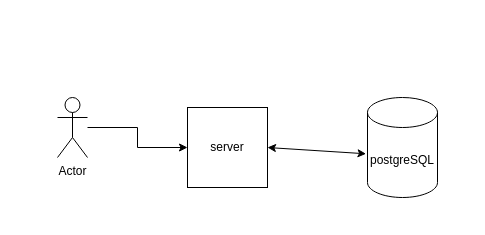
Above: shortenService.drawio in hadarevro/exercise (draw.io), before the change. Source tidied: cells renumbered, new cells numbered last; positions are measured from the earlier drawing's top-left corner, leaving out a move shared by most shapes. Both pictures are drawn from the tidied source at 100%, with x=0, y=0 at pixel (57, 97).
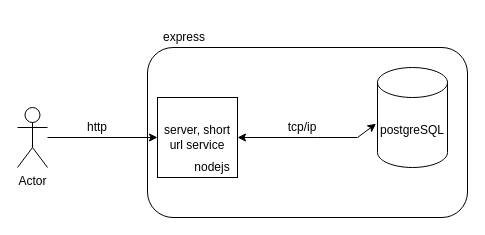
After the change.

What changed in the source:
```diff
@@
 <mxGraphModel>
   <root>
     <mxCell id="0" />
     <mxCell id="1" parent="0" />
     <mxCell id="2" style="edgeStyle=orthogonalEdgeStyle;rounded=0;jettySize=auto;html=1;" parent="1" edge="1" source="3" target="4">
       <mxGeometry relative="1" as="geometry" />
     </mxCell>
     <mxCell id="3" value="Actor" style="shape=umlActor;verticalLabelPosition=bottom;verticalAlign=top;html=1;outlineConnect=0;" parent="1" vertex="1">
-      <mxGeometry width="30" height="60" as="geometry" />
+      <mxGeometry x="-40" y="10" width="30" height="60" as="geometry" />
     </mxCell>
-    <mxCell id="4" value="server" style="whiteSpace=wrap;html=1;" parent="1" vertex="1">
-      <mxGeometry x="130" y="10" width="80" height="80" as="geometry" />
+    <mxCell id="4" value="server, short url service" style="whiteSpace=wrap;html=1;" parent="1" vertex="1">
+      <mxGeometry x="100" width="80" height="80" as="geometry" />
     </mxCell>
     <mxCell id="5" value="postgreSQL" style="shape=cylinder3;whiteSpace=wrap;html=1;boundedLbl=1;backgroundOutline=1;size=15;" parent="1" vertex="1">
-      <mxGeometry x="310" width="70" height="100" as="geometry" />
+      <mxGeometry x="320" y="-30" width="70" height="100" as="geometry" />
     </mxCell>
     <mxCell id="6" style="endArrow=classic;startArrow=classic;html=1;rounded=0;exitX=1;exitY=0.5;exitDx=0;exitDy=0;entryX=-0.021;entryY=0.563;entryDx=0;entryDy=0;entryPerimeter=0;" parent="1" edge="1" source="4" target="5">
-      <mxGeometry relative="1" as="geometry" />
+      <mxGeometry relative="1" as="geometry">
+        <Array as="points">
+          <mxPoint x="260" y="40" />
+          <mxPoint x="300" y="40" />
+        </Array>
+      </mxGeometry>
     </mxCell>
+    <mxCell id="7" value="http" style="text;html=1;align=center;verticalAlign=middle;whiteSpace=wrap;rounded=0;" parent="1" vertex="1">
+      <mxGeometry x="20" y="20" width="40" height="20" as="geometry" />
+    </mxCell>
+    <mxCell id="8" value="tcp/ip" style="text;html=1;align=center;verticalAlign=middle;whiteSpace=wrap;rounded=0;" parent="1" vertex="1">
+      <mxGeometry x="215" y="15" width="60" height="30" as="geometry" />
+    </mxCell>
+    <mxCell id="9" value="nodejs" style="text;html=1;align=center;verticalAlign=middle;whiteSpace=wrap;rounded=0;" parent="1" vertex="1">
+      <mxGeometry x="120" y="50" width="70" height="40" as="geometry" />
+    </mxCell>
+    <mxCell id="10" style="rounded=1;whiteSpace=wrap;html=1;fillColor=none;" parent="1" vertex="1">
+      <mxGeometry x="90" y="-50" width="320" height="170" as="geometry" />
+    </mxCell>
+    <mxCell id="11" value="express" style="text;strokeColor=none;fillColor=none;align=left;verticalAlign=middle;spacingLeft=4;spacingRight=4;overflow=hidden;whiteSpace=wrap;html=1;" parent="1" vertex="1">
+      <mxGeometry x="100" y="-80" width="90" height="40" as="geometry" />
+    </mxCell>
   </root>
 </mxGraphModel>
```
